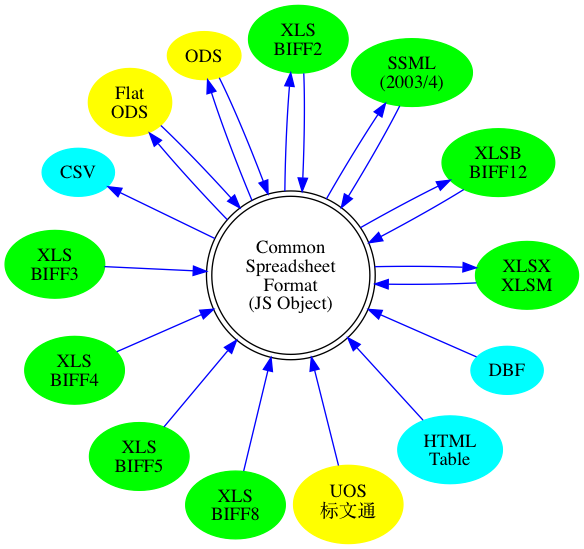
The Graphviz diagram formats.png in KingTiger001/sheet-project, before a commit. Its source is kept beside it as formats.dot.
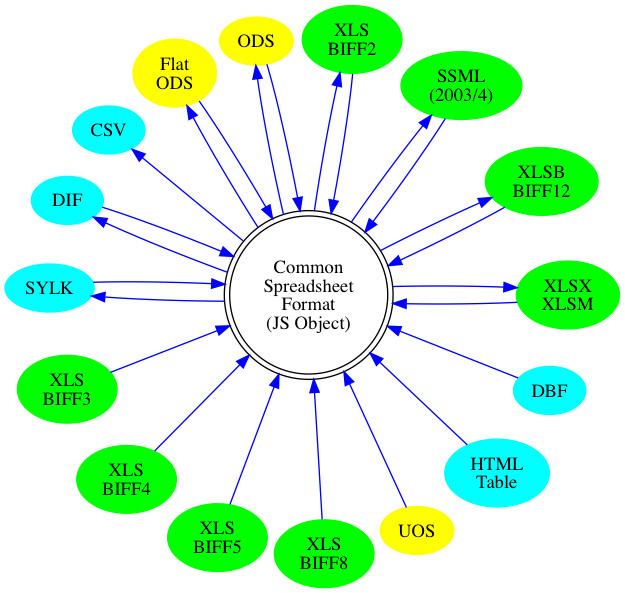
After the commit.

Change to the diagram source:
```diff
@@ -17,7 +17,7 @@
 		node  [style=filled,color=yellow];
 		ods   [label="ODS"];
 		fods  [label="Flat\nODS"];
-		uos   [label="UOS\n标文通"];
+		uos   [label="UOS"];
 	}
 
 	subgraph OLD {
@@ -25,6 +25,8 @@
 		html  [label="HTML\nTable"];
 		csv   [label="CSV"];
 		dbf   [label="DBF"];
+		dif   [label="DIF"];
+		slk   [label="SYLK"];
 	}
 
 	subgraph JSXLSX {
@@ -41,6 +43,10 @@
 		xls4 -> csf
 		xls5 -> csf
 		xls8 -> csf
+		csf -> slk
+		slk -> csf
+		csf -> dif
+		dif -> csf
 		csf -> csv
 		ods -> csf
 		csf -> ods
```
